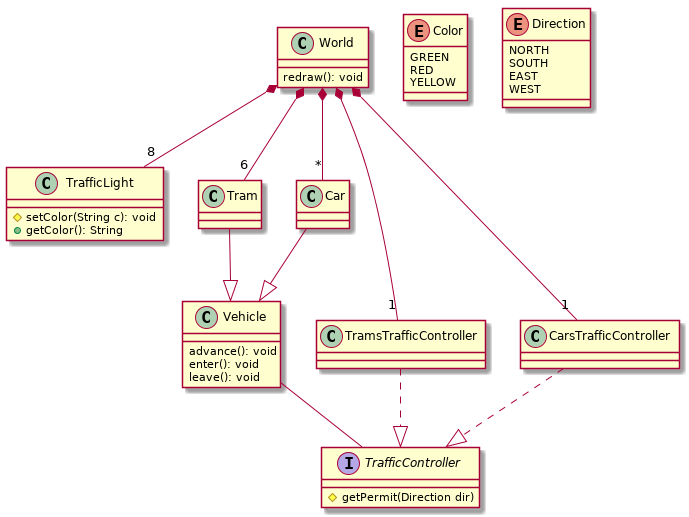
The PlantUML diagram tramway-uml.png in wanisramdani/tramway, before a commit. Source of this version:
```plantuml
@startuml tramway

class World {
  redraw(): void
}
World *-- "8" TrafficLight
World *-- "6" Tram
World *-- "*" Car
World *-- "1" TramsTrafficController
World *-- "1" CarsTrafficController

class Vehicle {
  advance(): void
  enter(): void
  leave(): void
}
class Tram {}
class Car {}
Tram --|> Vehicle
Car --|> Vehicle
Vehicle -- TrafficController

interface TrafficController {
  # getPermit(Direction dir)
}

class TramsTrafficController {}
TramsTrafficController ..|> TrafficController

class CarsTrafficController {}
CarsTrafficController ..|> TrafficController

class TrafficLight {
  # setColor(String c): void
  + getColor(): String
}

enum Color {
  GREEN
  RED
  YELLOW
}

enum Direction {
  NORTH
  SOUTH
  EAST
  WEST
}

@enduml
```
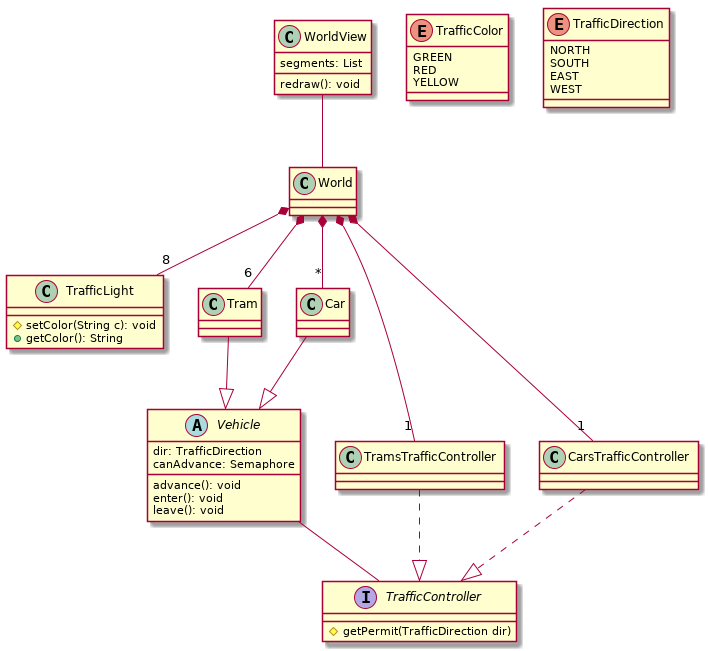
Later version of the same file.

Commit message:
Update pseudocode  & Introduce WorldView

Change to the diagram source:
```diff
@@ -1,15 +1,23 @@
 @startuml tramway
 
-class World {
+class WorldView {
+  segments: List
+
   redraw(): void
 }
+WorldView -- World
+
+class World {}
 World *-- "8" TrafficLight
 World *-- "6" Tram
 World *-- "*" Car
 World *-- "1" TramsTrafficController
 World *-- "1" CarsTrafficController
 
-class Vehicle {
+abstract class Vehicle {
+  dir: TrafficDirection
+  canAdvance: Semaphore
+
   advance(): void
   enter(): void
   leave(): void
@@ -21,7 +29,7 @@
 Vehicle -- TrafficController
 
 interface TrafficController {
-  # getPermit(Direction dir)
+  # getPermit(TrafficDirection dir)
 }
 
 class TramsTrafficController {}
@@ -35,13 +43,13 @@
   + getColor(): String
 }
 
-enum Color {
+enum TrafficColor {
   GREEN
   RED
   YELLOW
 }
 
-enum Direction {
+enum TrafficDirection {
   NORTH
   SOUTH
   EAST
```
